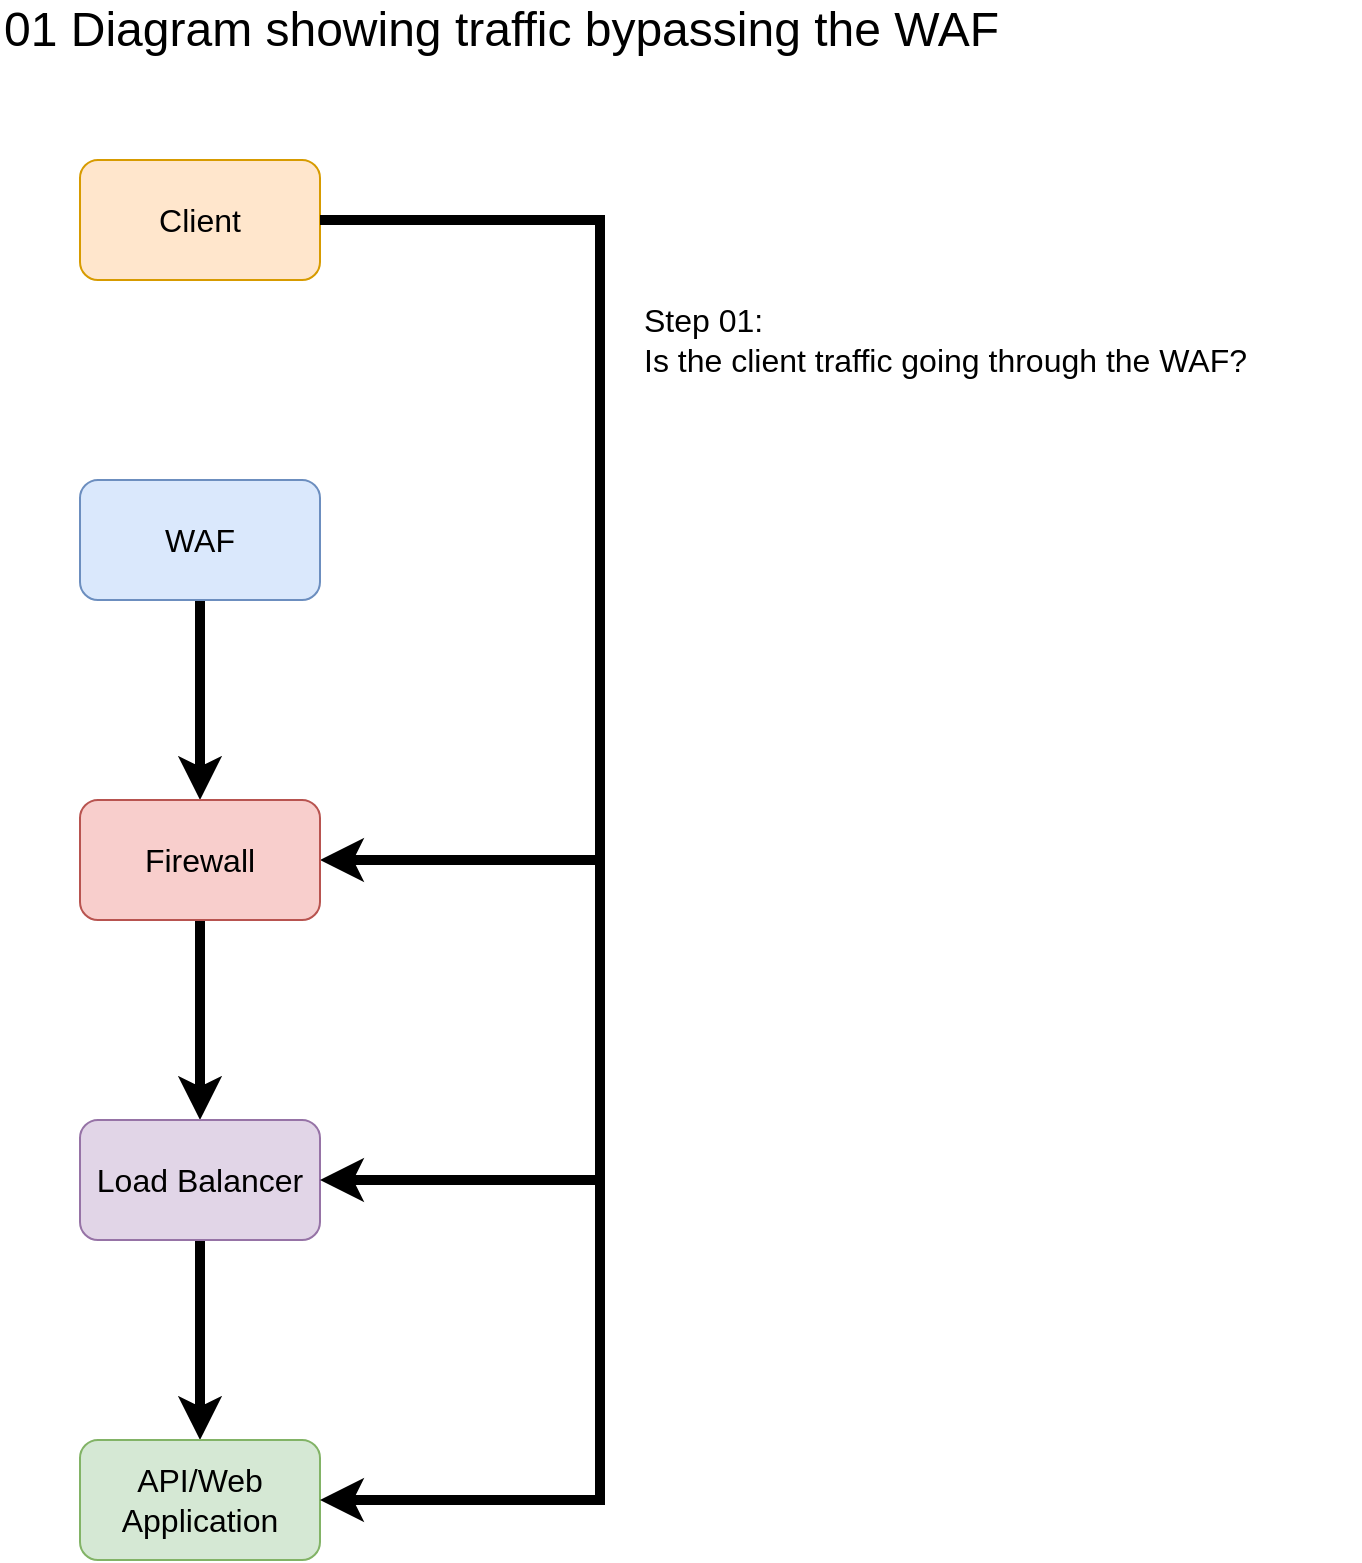
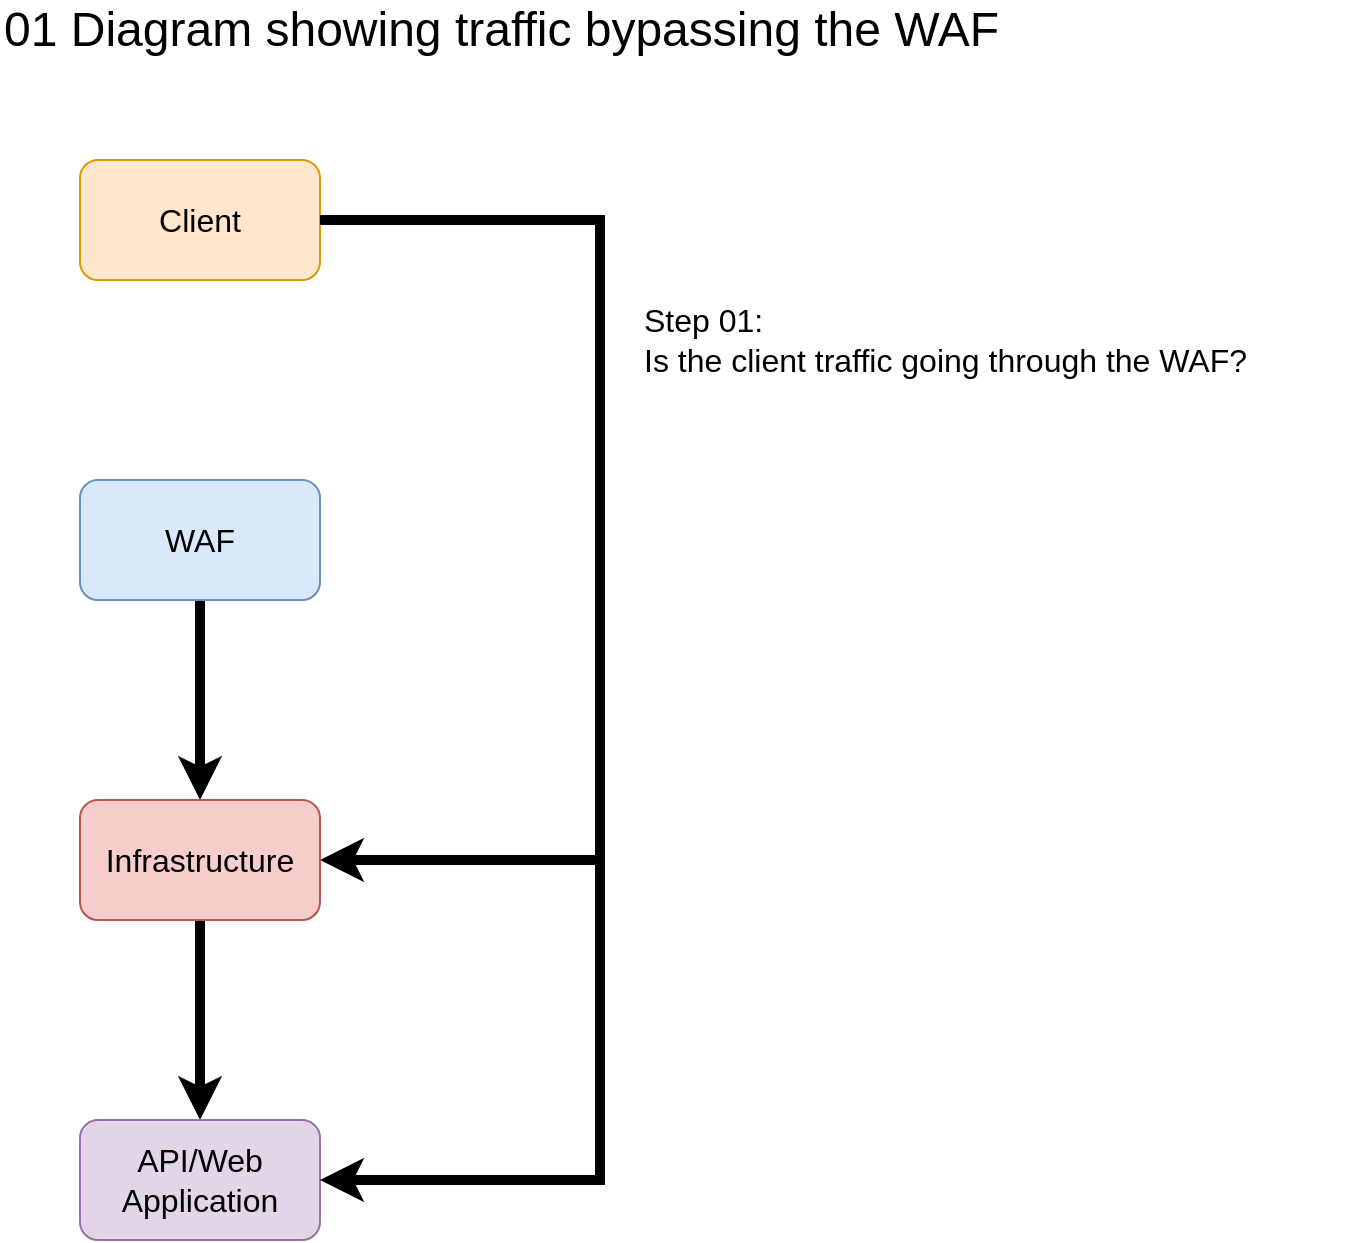
<mxfile host="65bd71144e">
    <diagram id="dkT-Xxb8JBxdDgnTkTXu" name="Page-1">
-         <mxGraphModel dx="724" dy="831" grid="1" gridSize="10" guides="1" tooltips="1" connect="1" arrows="1" fold="1" page="1" pageScale="1" pageWidth="850" pageHeight="1100" background="#ffffff" math="0" shadow="0">
+         <mxGraphModel dx="594" dy="575" grid="1" gridSize="10" guides="1" tooltips="1" connect="1" arrows="1" fold="1" page="1" pageScale="1" pageWidth="850" pageHeight="1100" background="#ffffff" math="0" shadow="0">
            <root>
                <mxCell id="0"/>
                <mxCell id="1" parent="0"/>
                <mxCell id="14" style="edgeStyle=none;html=1;entryX=1;entryY=0.5;entryDx=0;entryDy=0;rounded=0;curved=0;exitX=1;exitY=0.5;exitDx=0;exitDy=0;strokeWidth=5;" parent="1" source="2" target="7" edge="1">
                    <mxGeometry relative="1" as="geometry">
                        <Array as="points">
                            <mxPoint x="340" y="150"/>
                            <mxPoint x="340" y="290"/>
                            <mxPoint x="340" y="470"/>
                        </Array>
                    </mxGeometry>
                </mxCell>
                <mxCell id="15" value="&lt;div&gt;&lt;font color=&quot;#000000&quot;&gt;Step 01:&lt;/font&gt;&lt;/div&gt;&lt;div&gt;&lt;font color=&quot;#000000&quot;&gt;Is the client traffic going through the WAF?&lt;/font&gt;&lt;/div&gt;" style="edgeLabel;html=1;align=left;verticalAlign=middle;resizable=0;points=[];fontSize=16;" parent="14" vertex="1" connectable="0">
                    <mxGeometry x="-0.1071" y="-1" relative="1" as="geometry">
                        <mxPoint x="21" y="-68" as="offset"/>
                    </mxGeometry>
                </mxCell>
                <mxCell id="2" value="Client" style="rounded=1;whiteSpace=wrap;html=1;fillColor=#ffe6cc;strokeColor=#d79b00;fontSize=16;" parent="1" vertex="1">
                    <mxGeometry x="80" y="120" width="120" height="60" as="geometry"/>
                </mxCell>
                <mxCell id="8" value="" style="edgeStyle=none;html=1;fontSize=16;strokeWidth=5;" parent="1" source="4" target="7" edge="1">
                    <mxGeometry relative="1" as="geometry"/>
                </mxCell>
                <mxCell id="4" value="WAF" style="rounded=1;whiteSpace=wrap;html=1;fillColor=#dae8fc;strokeColor=#6c8ebf;fontSize=16;" parent="1" vertex="1">
                    <mxGeometry x="80" y="280" width="120" height="60" as="geometry"/>
                </mxCell>
                <mxCell id="10" value="" style="edgeStyle=none;html=1;fontSize=16;strokeWidth=5;" parent="1" source="7" target="9" edge="1">
                    <mxGeometry relative="1" as="geometry"/>
                </mxCell>
-                 <mxCell id="7" value="Firewall" style="rounded=1;whiteSpace=wrap;html=1;fillColor=#f8cecc;strokeColor=#b85450;fontSize=16;" parent="1" vertex="1">
+                 <mxCell id="7" value="Infrastructure" style="rounded=1;whiteSpace=wrap;html=1;fillColor=#f8cecc;strokeColor=#b85450;fontSize=16;" parent="1" vertex="1">
                    <mxGeometry x="80" y="440" width="120" height="60" as="geometry"/>
                </mxCell>
-                 <mxCell id="12" value="" style="edgeStyle=none;html=1;fontSize=16;strokeWidth=5;" parent="1" source="9" target="11" edge="1">
-                     <mxGeometry relative="1" as="geometry"/>
-                 </mxCell>
-                 <mxCell id="9" value="Load Balancer" style="rounded=1;whiteSpace=wrap;html=1;fillColor=#e1d5e7;strokeColor=#9673a6;fontSize=16;" parent="1" vertex="1">
+                 <mxCell id="9" value="&lt;span style=&quot;color: rgb(0, 0, 0);&quot;&gt;API/Web Application&lt;/span&gt;" style="rounded=1;whiteSpace=wrap;html=1;fillColor=#e1d5e7;strokeColor=#9673a6;fontSize=16;" parent="1" vertex="1">
                    <mxGeometry x="80" y="600" width="120" height="60" as="geometry"/>
-                 </mxCell>
-                 <mxCell id="11" value="API/Web Application" style="rounded=1;whiteSpace=wrap;html=1;fillColor=#d5e8d4;strokeColor=#82b366;fontSize=16;" parent="1" vertex="1">
-                     <mxGeometry x="80" y="760" width="120" height="60" as="geometry"/>
                </mxCell>
                <mxCell id="13" value="01 Diagram showing traffic bypassing the WAF&lt;span style=&quot;color: rgb(63, 63, 63); background-color: transparent;&quot;&gt;&amp;nbsp;&lt;/span&gt;" style="text;html=1;align=left;verticalAlign=middle;whiteSpace=wrap;rounded=0;fontSize=24;" parent="1" vertex="1">
                    <mxGeometry x="40" y="40" width="680" height="30" as="geometry"/>
                </mxCell>
                <mxCell id="16" style="edgeStyle=none;html=1;entryX=1;entryY=0.5;entryDx=0;entryDy=0;rounded=0;curved=0;exitX=1;exitY=0.5;exitDx=0;exitDy=0;strokeWidth=5;" parent="1" source="2" target="9" edge="1">
                    <mxGeometry relative="1" as="geometry">
                        <Array as="points">
                            <mxPoint x="340" y="150"/>
                            <mxPoint x="340" y="630"/>
                        </Array>
                        <mxPoint x="210" y="160" as="sourcePoint"/>
                        <mxPoint x="210" y="480" as="targetPoint"/>
                    </mxGeometry>
                </mxCell>
-                 <mxCell id="18" style="edgeStyle=none;html=1;entryX=1;entryY=0.5;entryDx=0;entryDy=0;rounded=0;curved=0;exitX=1;exitY=0.5;exitDx=0;exitDy=0;strokeWidth=5;" parent="1" source="2" target="11" edge="1">
-                     <mxGeometry relative="1" as="geometry">
-                         <Array as="points">
-                             <mxPoint x="340" y="150"/>
-                             <mxPoint x="340" y="790"/>
-                         </Array>
-                         <mxPoint x="210" y="160" as="sourcePoint"/>
-                         <mxPoint x="210" y="640" as="targetPoint"/>
-                     </mxGeometry>
-                 </mxCell>
            </root>
        </mxGraphModel>
    </diagram>
</mxfile>